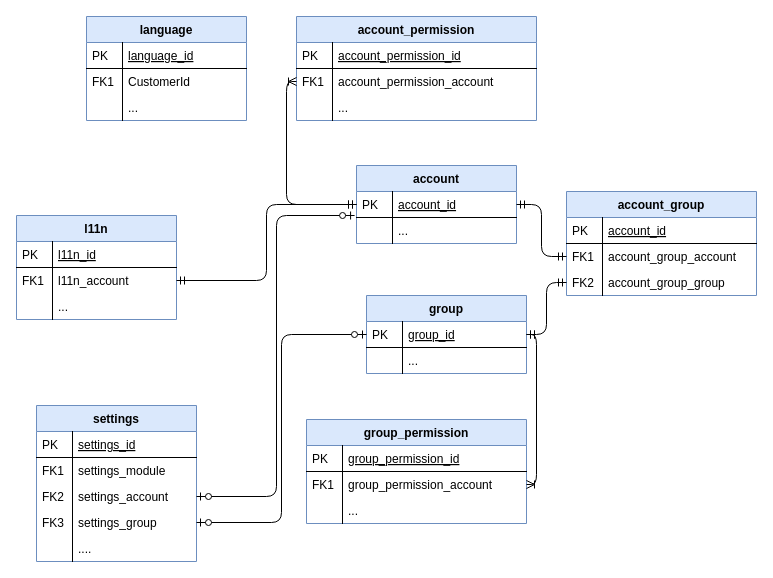
Karaka-Management/Assets keeps this draw.io diagram as page "admin" (2 of 7) of app/UML.drawio. Above is the earlier version. Source tidied: cells renumbered, new cells numbered last; positions are measured from the earlier drawing's top-left corner, leaving out a move shared by most shapes. Both pictures are drawn from the tidied source at 100%, with x=0, y=0 at pixel (16, 16).
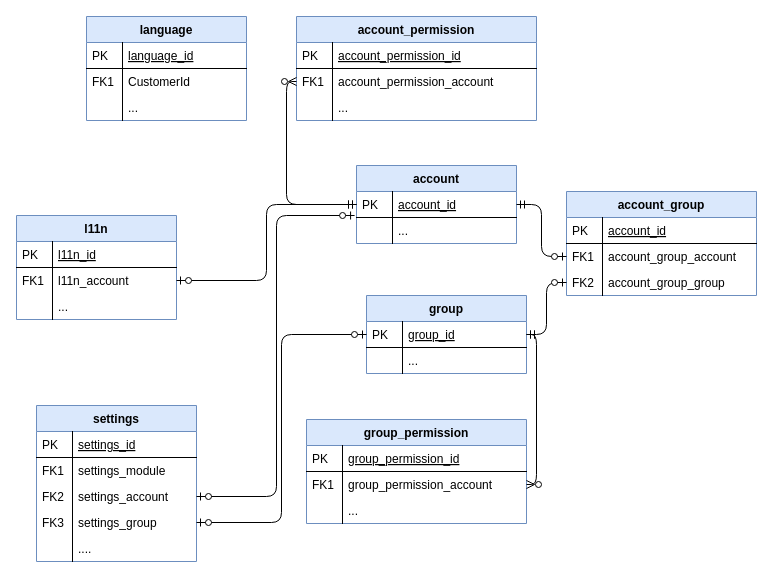
The same page after the edit.

Unchanged cells that the change refers to:
```xml
<mxCell id="2" value="account" style="swimlane;fontStyle=1;horizontal=1;startSize=26;rounded=0;shadow=0;strokeWidth=1;fillColor=#dae8fc;strokeColor=#6c8ebf;" parent="1" vertex="1">
  <mxGeometry x="340" y="149" width="160" height="78" as="geometry" />
</mxCell>
<mxCell id="3" value="account_id" style="shape=partialRectangle;top=0;left=0;right=0;bottom=1;align=left;verticalAlign=top;fillColor=none;spacingLeft=40;spacingRight=4;overflow=hidden;points=[[0,0.5],[1,0.5]];portConstraint=eastwest;rounded=0;shadow=0;strokeWidth=1;fontStyle=4;" parent="2" vertex="1">
  <mxGeometry y="26" width="160" height="26" as="geometry" />
</mxCell>
<mxCell id="8" value="group_id" style="shape=partialRectangle;top=0;left=0;right=0;bottom=1;align=left;verticalAlign=top;fillColor=none;spacingLeft=40;spacingRight=4;overflow=hidden;points=[[0,0.5],[1,0.5]];portConstraint=eastwest;rounded=0;shadow=0;strokeWidth=1;fontStyle=4;" parent="7" vertex="1">
  <mxGeometry y="26" width="160" height="26" as="geometry" />
</mxCell>
<mxCell id="22" value="l11n_account" style="shape=partialRectangle;top=0;left=0;right=0;bottom=0;align=left;verticalAlign=top;fillColor=none;spacingLeft=40;spacingRight=4;overflow=hidden;points=[[0,0.5],[1,0.5]];portConstraint=eastwest;rounded=0;shadow=0;strokeWidth=1;" parent="19" vertex="1">
  <mxGeometry y="52" width="160" height="26" as="geometry" />
</mxCell>
<mxCell id="29" value="account_permission_account" style="shape=partialRectangle;top=0;left=0;right=0;bottom=0;align=left;verticalAlign=top;fillColor=none;spacingLeft=40;spacingRight=4;overflow=hidden;points=[[0,0.5],[1,0.5]];portConstraint=eastwest;rounded=0;shadow=0;strokeWidth=1;" parent="26" vertex="1">
  <mxGeometry y="52" width="240" height="26" as="geometry" />
</mxCell>
<mxCell id="36" value="account_group_account" style="shape=partialRectangle;top=0;left=0;right=0;bottom=0;align=left;verticalAlign=top;fillColor=none;spacingLeft=40;spacingRight=4;overflow=hidden;points=[[0,0.5],[1,0.5]];portConstraint=eastwest;rounded=0;shadow=0;strokeWidth=1;" parent="33" vertex="1">
  <mxGeometry y="52" width="190" height="26" as="geometry" />
</mxCell>
<mxCell id="38" value="account_group_group" style="shape=partialRectangle;top=0;left=0;right=0;bottom=0;align=left;verticalAlign=top;fillColor=none;spacingLeft=40;spacingRight=4;overflow=hidden;points=[[0,0.5],[1,0.5]];portConstraint=eastwest;rounded=0;shadow=0;strokeWidth=1;" parent="33" vertex="1">
  <mxGeometry y="78" width="190" height="26" as="geometry" />
</mxCell>
<mxCell id="59" value="group_permission_account" style="shape=partialRectangle;top=0;left=0;right=0;bottom=0;align=left;verticalAlign=top;fillColor=none;spacingLeft=40;spacingRight=4;overflow=hidden;points=[[0,0.5],[1,0.5]];portConstraint=eastwest;rounded=0;shadow=0;strokeWidth=1;" parent="56" vertex="1">
  <mxGeometry y="52" width="220" height="26" as="geometry" />
</mxCell>
```

What changed in the source:
```diff
@@
-    <mxCell id="40" style="edgeStyle=orthogonalEdgeStyle;fontSize=12;html=1;endArrow=ERmandOne;startArrow=ERmandOne;entryX=0;entryY=0.5;entryDx=0;entryDy=0;exitX=1;exitY=0.5;exitDx=0;exitDy=0;" parent="1" edge="1" source="2" target="36">
+    <mxCell id="40" style="edgeStyle=orthogonalEdgeStyle;fontSize=12;html=1;endArrow=ERzeroToOne;startArrow=ERmandOne;entryX=0;entryY=0.5;entryDx=0;entryDy=0;exitX=1;exitY=0.5;exitDx=0;exitDy=0;endFill=1;" parent="1" edge="1" source="2" target="36">
       <mxGeometry relative="1" as="geometry" />
     </mxCell>
-    <mxCell id="41" style="edgeStyle=orthogonalEdgeStyle;fontSize=12;html=1;endArrow=ERmandOne;startArrow=ERmandOne;entryX=0;entryY=0.5;entryDx=0;entryDy=0;exitX=1;exitY=0.5;exitDx=0;exitDy=0;" parent="1" edge="1" source="8" target="38">
+    <mxCell id="41" style="edgeStyle=orthogonalEdgeStyle;fontSize=12;html=1;endArrow=ERzeroToOne;startArrow=ERmandOne;entryX=0;entryY=0.5;entryDx=0;entryDy=0;exitX=1;exitY=0.5;exitDx=0;exitDy=0;endFill=1;" parent="1" edge="1" source="8" target="38">
       <mxGeometry relative="1" as="geometry" />
     </mxCell>
@@
-    <mxCell id="55" style="edgeStyle=orthogonalEdgeStyle;fontSize=12;html=1;endArrow=ERoneToMany;startArrow=ERmandOne;entryX=0;entryY=0.5;entryDx=0;entryDy=0;exitX=0;exitY=0.5;exitDx=0;exitDy=0;" parent="1" edge="1" source="3" target="29">
+    <mxCell id="55" style="edgeStyle=orthogonalEdgeStyle;fontSize=12;html=1;endArrow=ERzeroToMany;startArrow=ERmandOne;entryX=0;entryY=0.5;entryDx=0;entryDy=0;exitX=0;exitY=0.5;exitDx=0;exitDy=0;endFill=1;" parent="1" edge="1" source="3" target="29">
       <mxGeometry relative="1" as="geometry" />
     </mxCell>
@@
-    <mxCell id="63" style="edgeStyle=orthogonalEdgeStyle;fontSize=12;html=1;endArrow=ERoneToMany;startArrow=ERmandOne;entryX=1;entryY=0.5;entryDx=0;entryDy=0;exitX=1;exitY=0.5;exitDx=0;exitDy=0;" parent="1" edge="1" source="8" target="59">
+    <mxCell id="63" style="edgeStyle=orthogonalEdgeStyle;fontSize=12;html=1;endArrow=ERzeroToMany;startArrow=ERmandOne;entryX=1;entryY=0.5;entryDx=0;entryDy=0;exitX=1;exitY=0.5;exitDx=0;exitDy=0;endFill=1;" parent="1" edge="1" source="8" target="59">
       <mxGeometry relative="1" as="geometry" />
     </mxCell>
-    <mxCell id="64" style="edgeStyle=orthogonalEdgeStyle;fontSize=12;html=1;endArrow=ERmandOne;startArrow=ERmandOne;entryX=0;entryY=0.5;entryDx=0;entryDy=0;exitX=1;exitY=0.5;exitDx=0;exitDy=0;" parent="1" edge="1" source="22" target="3">
+    <mxCell id="64" style="edgeStyle=orthogonalEdgeStyle;fontSize=12;html=1;endArrow=ERmandOne;startArrow=ERzeroToOne;entryX=0;entryY=0.5;entryDx=0;entryDy=0;exitX=1;exitY=0.5;exitDx=0;exitDy=0;startFill=1;" parent="1" edge="1" source="22" target="3">
       <mxGeometry relative="1" as="geometry" />
     </mxCell>
```
